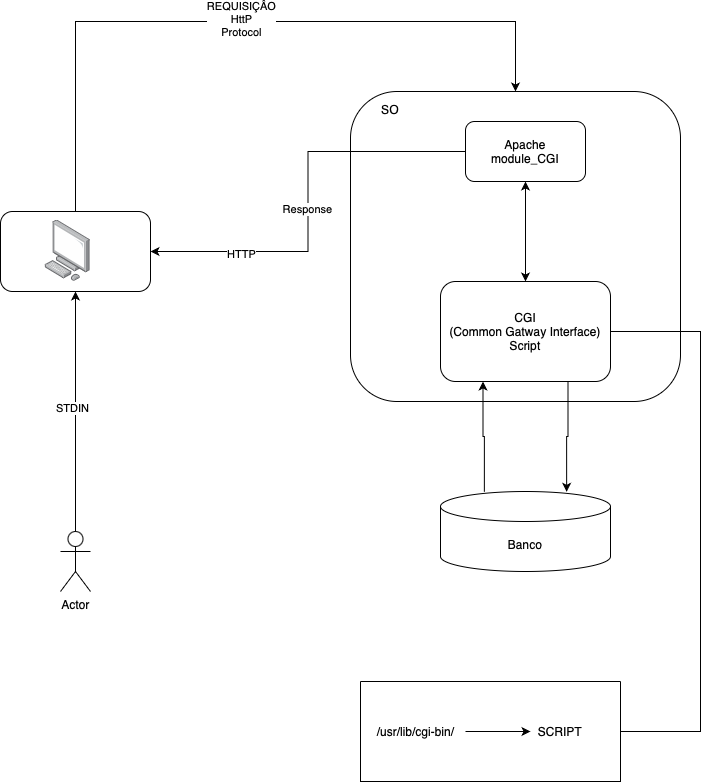
Before: applications/docker-k8s-sumapp.drawio.png, a diagram exported from draw.io (jottakayo/topology-diagrams). Source tidied: cells renumbered, new cells last; positions are measured from the earlier drawing's top-left corner, leaving out a move shared by most shapes.
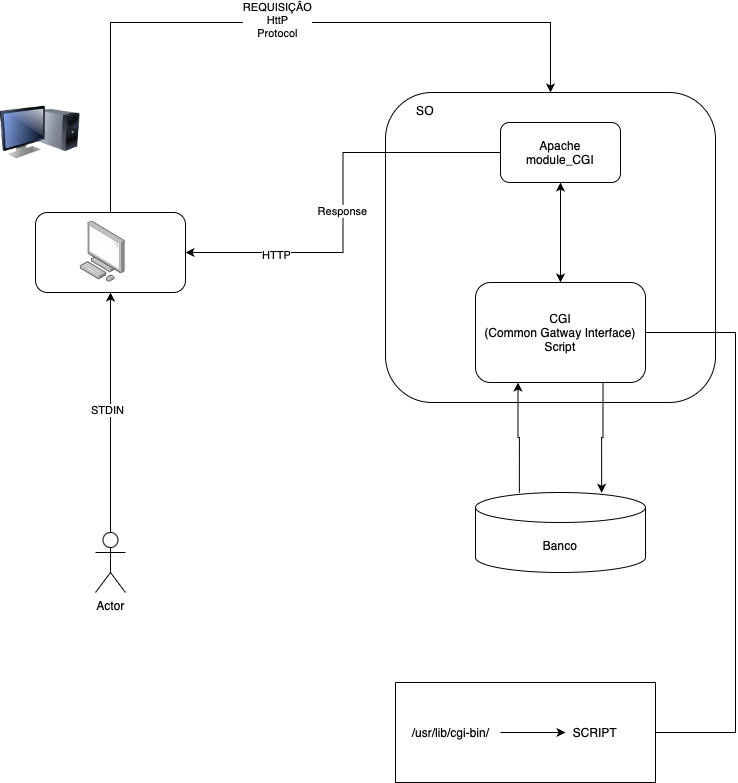
Above is the later version.

Change to the diagram source:
```diff
@@ -81,5 +81,8 @@
     <mxCell id="24" style="image;html=1;align=center;shadow=0;dashed=0;image=img/lib/allied_telesis/computer_and_terminals/Personal_Computer.svg;" parent="1" vertex="1">
       <mxGeometry x="44.4" y="198.2" width="45.6" height="61.8" as="geometry" />
     </mxCell>
+    <mxCell id="25" style="image;html=1;image=img/lib/clip_art/computers/Monitor_Tower_128x128.png;" parent="1" vertex="1">
+      <mxGeometry x="-35.6" y="70" width="80" height="80" as="geometry" />
+    </mxCell>
   </root>
 </mxGraphModel>
```
